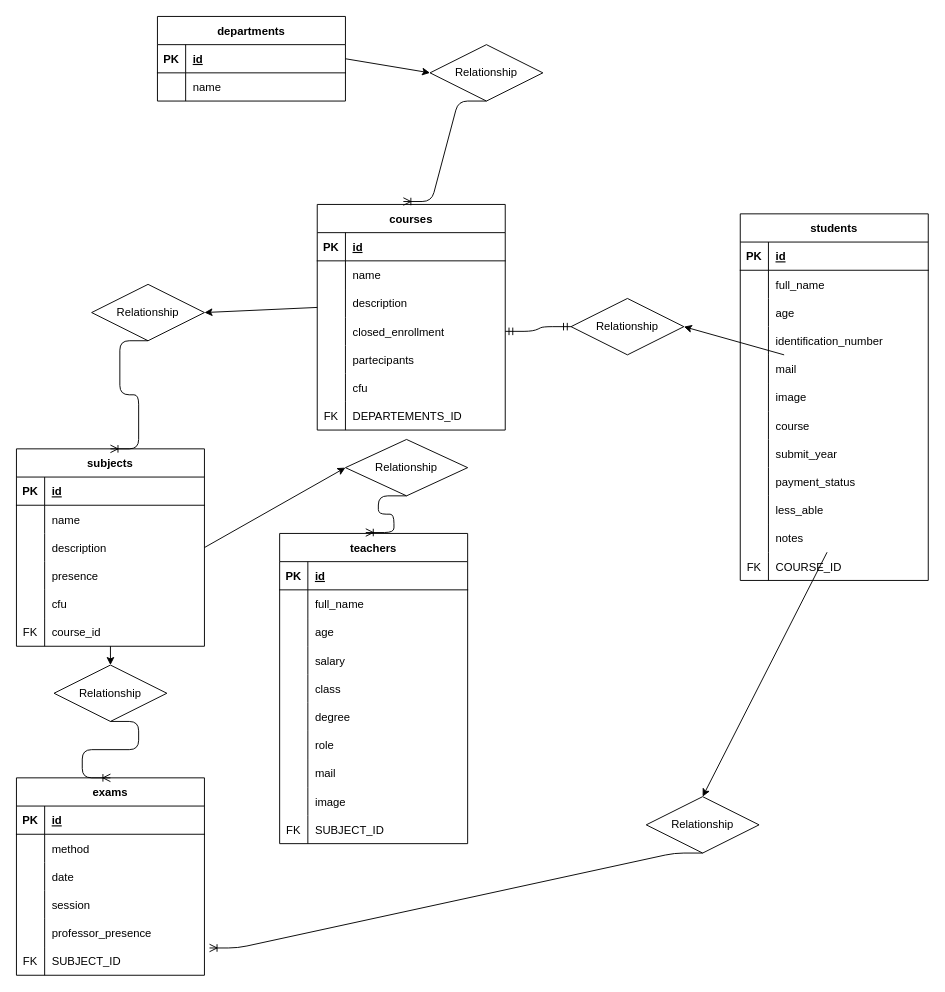
The draw.io diagram university.drawio in MarioBroi/db-university, before the edit. Source tidied: cells renumbered, new cells numbered last; positions are measured from the earlier drawing's top-left corner, leaving out a move shared by most shapes. Both pictures are drawn from the tidied source at 94%, with x=0, y=0 at pixel (16, 16).
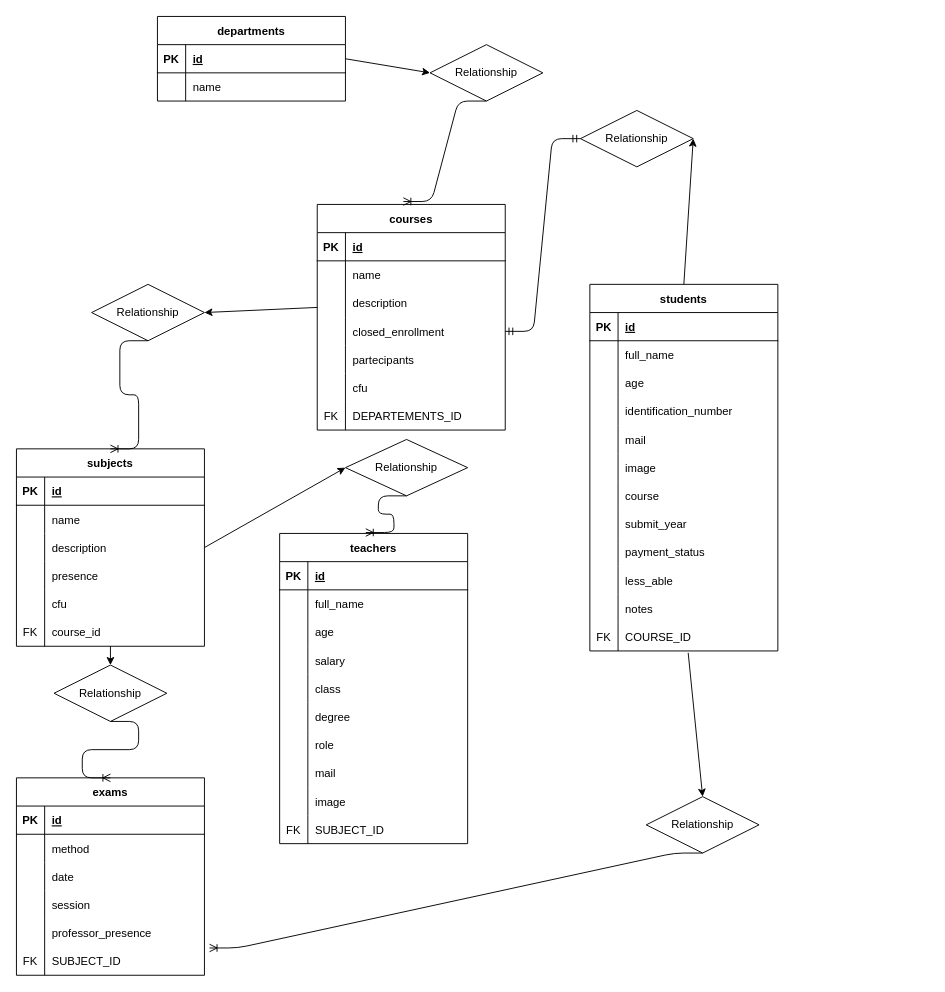
The same page after the edit.

The change refers to these unchanged cells:
```xml
<mxCell id="96" style="shape=tableRow;horizontal=0;startSize=0;swimlaneHead=0;swimlaneBody=0;fillColor=none;points=[[0,0.5],[1,0.5]];portConstraint=eastwest;top=0;left=0;right=0;bottom=0;" parent="83" vertex="1">
  <mxGeometry y="150" width="200" height="30" as="geometry" />
</mxCell>
<mxCell id="114" style="shape=tableRow;horizontal=0;startSize=0;swimlaneHead=0;swimlaneBody=0;fillColor=none;points=[[0,0.5],[1,0.5]];portConstraint=eastwest;top=0;left=0;right=0;bottom=0;" parent="83" vertex="1">
  <mxGeometry y="330" width="200" height="30" as="geometry" />
</mxCell>
<mxCell id="117" style="shape=tableRow;horizontal=0;startSize=0;swimlaneHead=0;swimlaneBody=0;fillColor=none;points=[[0,0.5],[1,0.5]];portConstraint=eastwest;top=0;left=0;right=0;bottom=0;" parent="83" vertex="1">
  <mxGeometry y="360" width="200" height="30" as="geometry" />
</mxCell>
<mxCell id="152" value="Relationship" style="shape=rhombus;perimeter=rhombusPerimeter;whiteSpace=wrap;html=1;align=center;" parent="1" vertex="1">
  <mxGeometry x="670" y="830" width="120" height="60" as="geometry" />
</mxCell>
```

Change to the diagram source:
```diff
@@
     <mxCell id="83" value="students" style="shape=table;startSize=30;childLayout=tableLayout;rowLines=0;fontStyle=1;align=center;" parent="1" vertex="1">
-      <mxGeometry x="770" y="210" width="200" height="390" as="geometry" />
+      <mxGeometry x="610" y="285" width="200" height="390" as="geometry" />
     </mxCell>
@@
     <mxCell id="149" value="Relationship" style="shape=rhombus;perimeter=rhombusPerimeter;whiteSpace=wrap;html=1;align=center;" parent="1" vertex="1">
-      <mxGeometry x="590" y="300" width="120" height="60" as="geometry" />
+      <mxGeometry x="600" y="100" width="120" height="60" as="geometry" />
     </mxCell>
@@
-    <mxCell id="151" style="edgeStyle=none;html=1;entryX=1;entryY=0.5;entryDx=0;entryDy=0;" parent="1" edge="1" source="96" target="149">
+    <mxCell id="151" style="edgeStyle=none;html=1;entryX=1;entryY=0.5;entryDx=0;entryDy=0;exitX=0.5;exitY=0;exitDx=0;exitDy=0;" parent="1" edge="1" source="83" target="149">
       <mxGeometry relative="1" as="geometry" />
     </mxCell>
@@
-    <mxCell id="153" style="edgeStyle=none;html=1;entryX=0.5;entryY=0;entryDx=0;entryDy=0;" parent="1" edge="1" source="114" target="152">
+    <mxCell id="153" style="edgeStyle=none;html=1;entryX=0.5;entryY=0;entryDx=0;entryDy=0;exitX=0.523;exitY=1.066;exitDx=0;exitDy=0;exitPerimeter=0;" parent="1" edge="1" source="117" target="152">
       <mxGeometry relative="1" as="geometry" />
     </mxCell>
```
